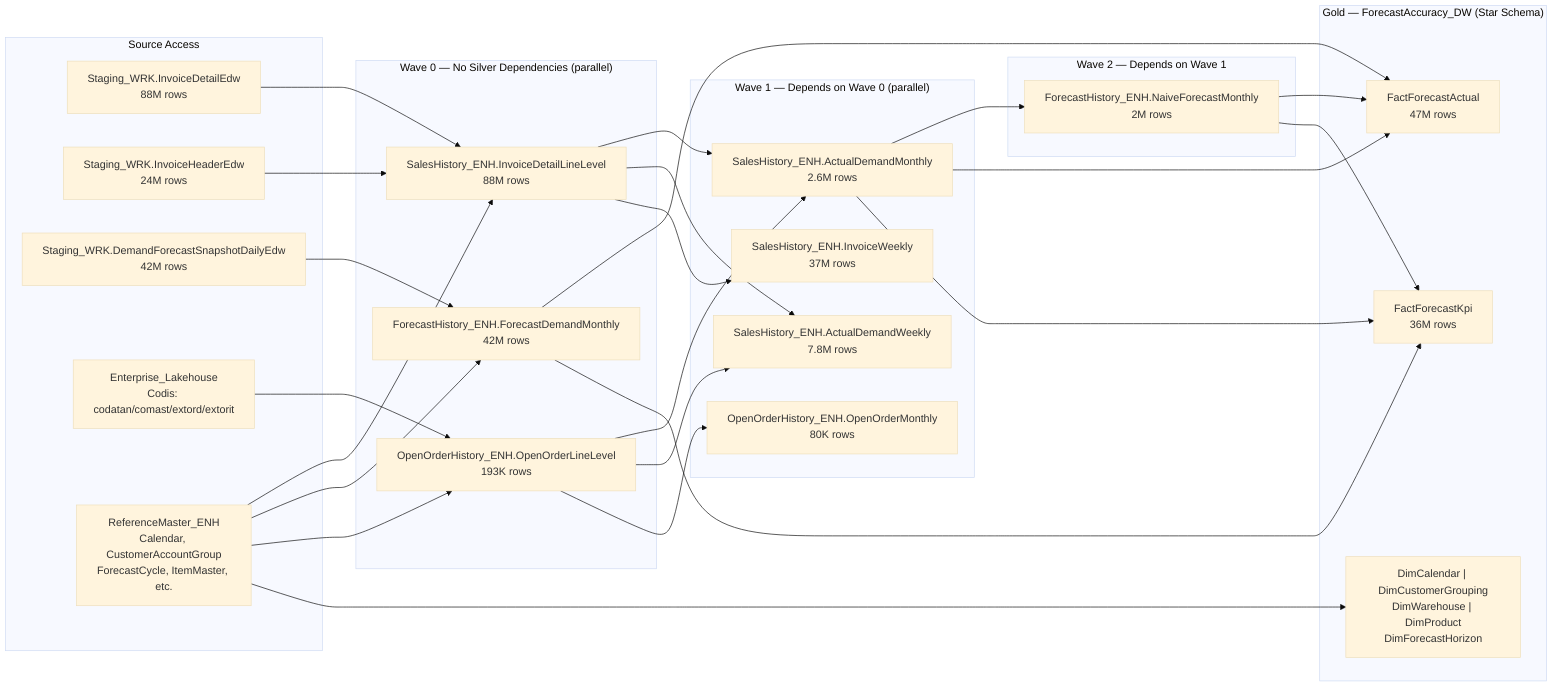
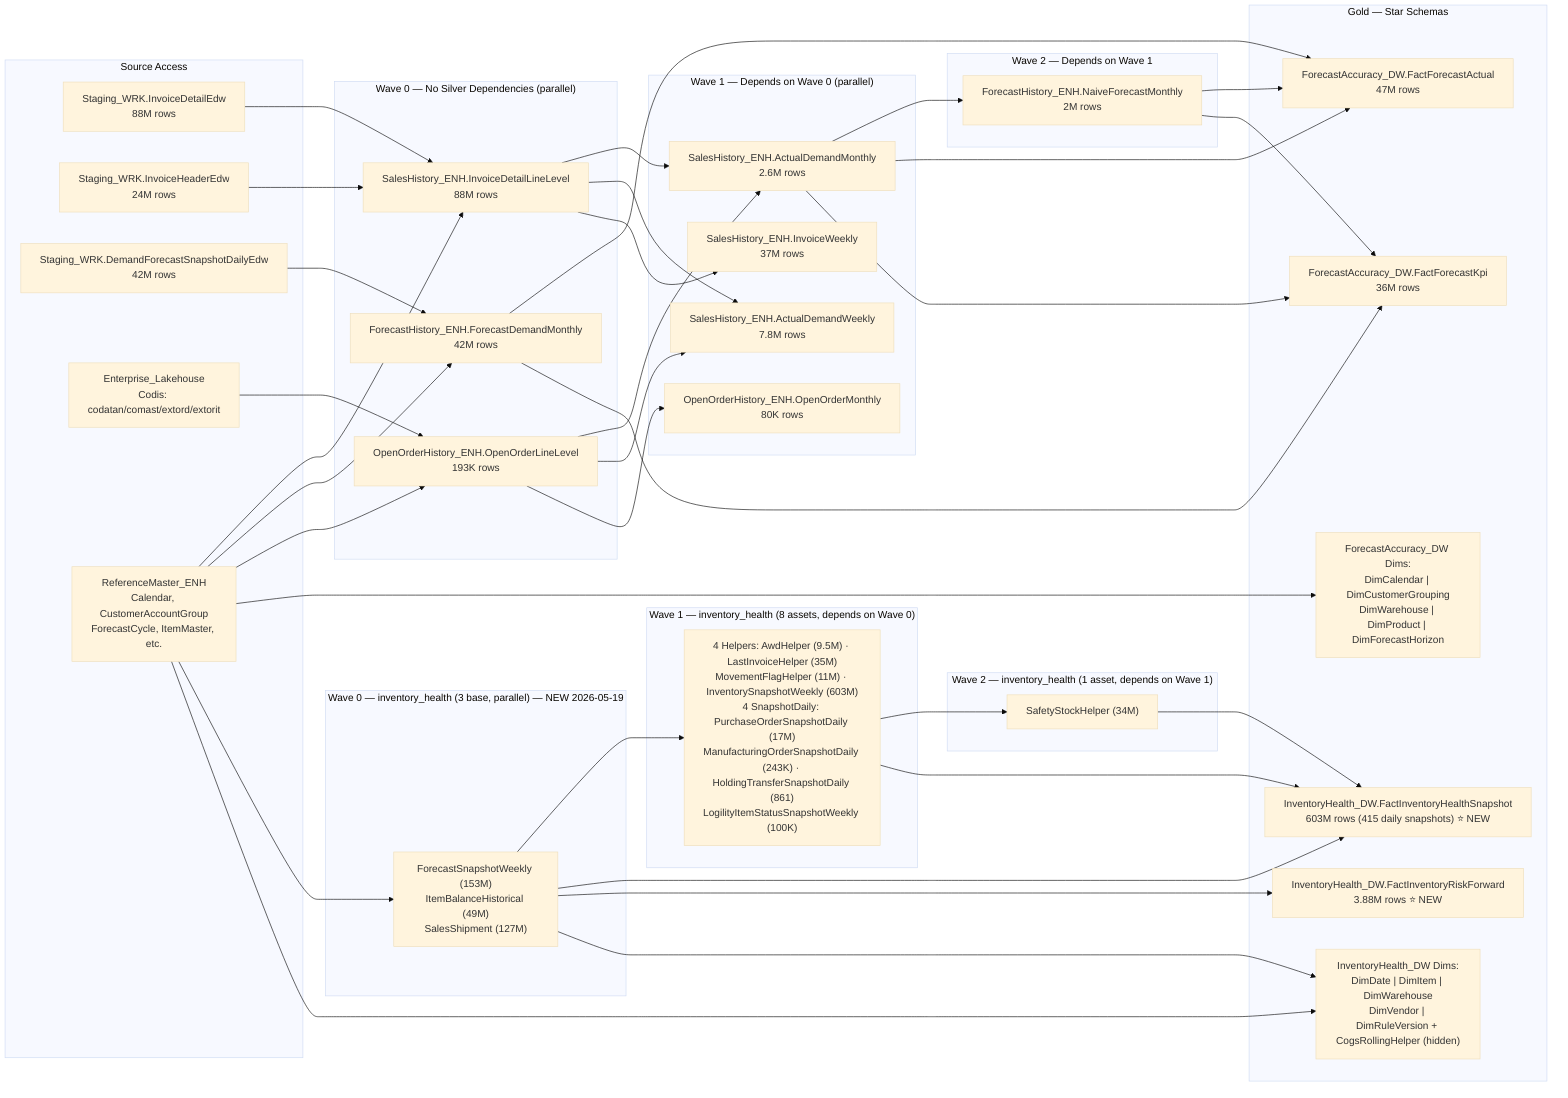
%%{init: {'theme': 'base'}}%%
flowchart LR
    subgraph SOURCES["Source Access"]
        STG_ID["Staging_WRK.InvoiceDetailEdw<br/>88M rows"]
        STG_IH["Staging_WRK.InvoiceHeaderEdw<br/>24M rows"]
        STG_DF["Staging_WRK.DemandForecastSnapshotDailyEdw<br/>42M rows"]
        EL_COD["Enterprise_Lakehouse<br/>Codis: codatan/comast/extord/extorit"]
        REF["ReferenceMaster_ENH<br/>Calendar, CustomerAccountGroup<br/>ForecastCycle, ItemMaster, etc."]
    end

    subgraph W0["Wave 0 — No Silver Dependencies (parallel)"]
        IDL["SalesHistory_ENH.InvoiceDetailLineLevel<br/>88M rows"]
        FDM["ForecastHistory_ENH.ForecastDemandMonthly<br/>42M rows"]
        OOL["OpenOrderHistory_ENH.OpenOrderLineLevel<br/>193K rows"]
    end

    subgraph W1["Wave 1 — Depends on Wave 0 (parallel)"]
        ADM["SalesHistory_ENH.ActualDemandMonthly<br/>2.6M rows"]
        ADW["SalesHistory_ENH.ActualDemandWeekly<br/>7.8M rows"]
        IW["SalesHistory_ENH.InvoiceWeekly<br/>37M rows"]
        OOM["OpenOrderHistory_ENH.OpenOrderMonthly<br/>80K rows"]
    end

    subgraph W2["Wave 2 — Depends on Wave 1"]
        NFM["ForecastHistory_ENH.NaiveForecastMonthly<br/>2M rows"]
    end

-     subgraph GOLD["Gold — ForecastAccuracy_DW (Star Schema)"]
-         FFA["FactForecastActual<br/>47M rows"]
-         FFK["FactForecastKpi<br/>36M rows"]
-         DIM["DimCalendar | DimCustomerGrouping<br/>DimWarehouse | DimProduct<br/>DimForecastHorizon"]
+     subgraph W0_IH["Wave 0 — inventory_health (3 base, parallel) — NEW 2026-05-19"]
+         IH_BASE["ForecastSnapshotWeekly (153M)<br/>ItemBalanceHistorical (49M)<br/>SalesShipment (127M)"]
+     end
+ 
+     subgraph W1_IH["Wave 1 — inventory_health (8 assets, depends on Wave 0)"]
+         IH_HELPERS["4 Helpers: AwdHelper (9.5M) · LastInvoiceHelper (35M)<br/>MovementFlagHelper (11M) · InventorySnapshotWeekly (603M)<br/>4 SnapshotDaily: PurchaseOrderSnapshotDaily (17M)<br/>ManufacturingOrderSnapshotDaily (243K) · HoldingTransferSnapshotDaily (861)<br/>LogilityItemStatusSnapshotWeekly (100K)"]
+     end
+ 
+     subgraph W2_IH["Wave 2 — inventory_health (1 asset, depends on Wave 1)"]
+         IH_W2["SafetyStockHelper (34M)"]
+     end
+ 
+     subgraph GOLD["Gold — Star Schemas"]
+         FFA["ForecastAccuracy_DW.FactForecastActual<br/>47M rows"]
+         FFK["ForecastAccuracy_DW.FactForecastKpi<br/>36M rows"]
+         DIM["ForecastAccuracy_DW Dims:<br/>DimCalendar | DimCustomerGrouping<br/>DimWarehouse | DimProduct | DimForecastHorizon"]
+         IHF1["InventoryHealth_DW.FactInventoryHealthSnapshot<br/>603M rows (415 daily snapshots) ⭐ NEW"]
+         IHF2["InventoryHealth_DW.FactInventoryRiskForward<br/>3.88M rows ⭐ NEW"]
+         IHD["InventoryHealth_DW Dims:<br/>DimDate | DimItem | DimWarehouse<br/>DimVendor | DimRuleVersion + CogsRollingHelper (hidden)"]
    end

    STG_ID --> IDL
    STG_IH --> IDL
    STG_DF --> FDM
    EL_COD --> OOL
    REF --> IDL
    REF --> FDM
    REF --> OOL

    IDL --> ADM
    IDL --> ADW
    IDL --> IW
    OOL --> ADM
    OOL --> ADW
    OOL --> OOM

    ADM --> NFM

    ADM --> FFA
    FDM --> FFA
    NFM --> FFA
    ADM --> FFK
    FDM --> FFK
    NFM --> FFK
    REF --> DIM
+ 
+     %% Inventory Health flow
+     REF --> IH_BASE
+     IH_BASE --> IH_HELPERS
+     IH_HELPERS --> IH_W2
+     IH_BASE --> IHF1
+     IH_HELPERS --> IHF1
+     IH_W2 --> IHF1
+     IH_BASE --> IHF2
+     IH_BASE --> IHD
+     REF --> IHD
